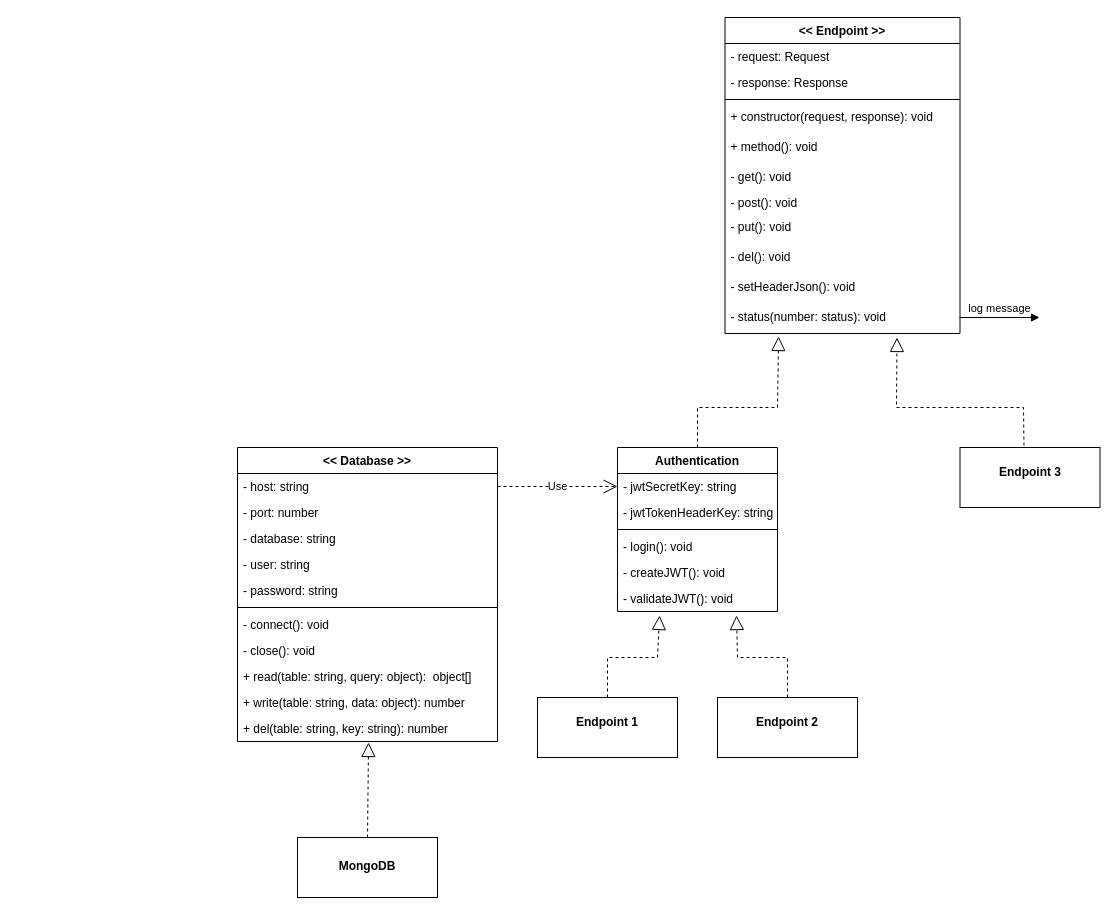
Before: docs/endpoints.drawio in syr0s/tubester-restful-api, a draw.io diagram. Source tidied: cells renumbered, new cells numbered last; positions are measured from the earlier drawing's top-left corner, leaving out a move shared by most shapes. Both pictures are drawn from the tidied source at 100%, with x=0, y=0 at pixel (237, 17).
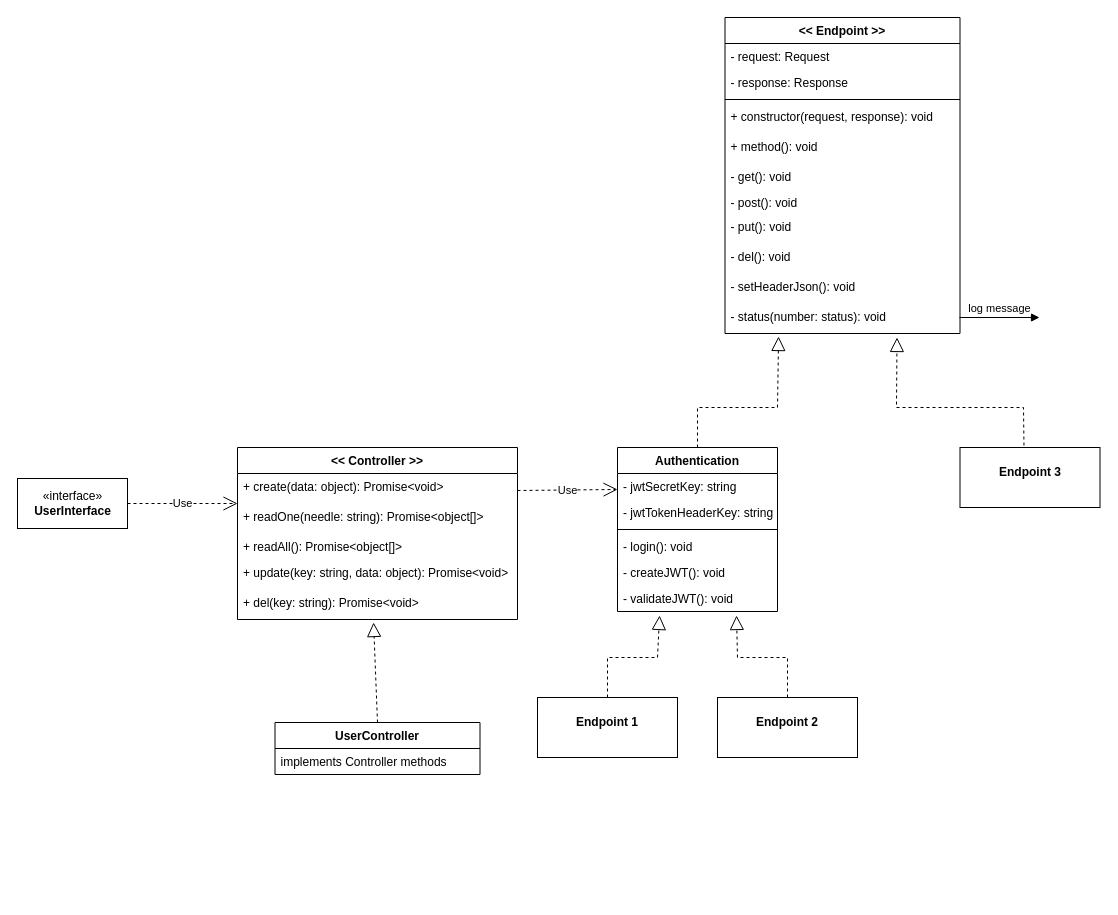
The same page after the edit.

Commit message (it also covers changes not shown here):
feat: :sparkles: mongoose controller

Unchanged cells that the change refers to:
```xml
<mxCell id="20" value="- jwtSecretKey: string" style="text;strokeColor=none;fillColor=none;align=left;verticalAlign=top;spacingLeft=4;spacingRight=4;overflow=hidden;points=[[0,0.5],[1,0.5]];portConstraint=eastwest;" parent="19" vertex="1">
  <mxGeometry y="26" width="160" height="26" as="geometry" />
</mxCell>
```

The edit, as a diff of the source:
```diff
@@
+    <mxCell id="44" value="UserController" style="swimlane;fontStyle=1;align=center;verticalAlign=top;horizontal=1;startSize=26;" parent="1" vertex="1">
+      <mxGeometry x="37.5" y="705" width="205" height="52" as="geometry" />
+    </mxCell>
+    <mxCell id="45" value="implements Controller methods" style="text;strokeColor=none;fillColor=none;align=left;verticalAlign=top;spacingLeft=4;spacingRight=4;overflow=hidden;" parent="44" vertex="1">
+      <mxGeometry y="26" width="205" height="26" as="geometry" />
+    </mxCell>
-    <mxCell id="29" value="&lt;&lt; Database &gt;&gt;" style="swimlane;fontStyle=1;align=center;verticalAlign=top;horizontal=1;startSize=26;" parent="1" vertex="1">
-      <mxGeometry y="430" width="260" height="294" as="geometry" />
+    <mxCell id="29" value="&lt;&lt; Controller &gt;&gt;" style="swimlane;fontStyle=1;align=center;verticalAlign=top;horizontal=1;startSize=26;" parent="1" vertex="1">
+      <mxGeometry y="430" width="280" height="172" as="geometry" />
     </mxCell>
-    <mxCell id="30" value="- host: string" style="text;strokeColor=none;fillColor=none;align=left;verticalAlign=top;spacingLeft=4;spacingRight=4;overflow=hidden;points=[[0,0.5],[1,0.5]];portConstraint=eastwest;" parent="29" vertex="1">
-      <mxGeometry y="26" width="260" height="26" as="geometry" />
-    </mxCell>
-    <mxCell id="31" value="- port: number" style="text;strokeColor=none;fillColor=none;align=left;verticalAlign=top;spacingLeft=4;spacingRight=4;overflow=hidden;" parent="29" vertex="1">
-      <mxGeometry y="52" width="260" height="26" as="geometry" />
-    </mxCell>
-    <mxCell id="32" value="- database: string" style="text;strokeColor=none;fillColor=none;align=left;verticalAlign=top;spacingLeft=4;spacingRight=4;overflow=hidden;" parent="29" vertex="1">
-      <mxGeometry y="78" width="260" height="26" as="geometry" />
-    </mxCell>
-    <mxCell id="33" value="- user: string" style="text;strokeColor=none;fillColor=none;align=left;verticalAlign=top;spacingLeft=4;spacingRight=4;overflow=hidden;" parent="29" vertex="1">
-      <mxGeometry y="104" width="260" height="26" as="geometry" />
-    </mxCell>
-    <mxCell id="34" value="- password: string" style="text;strokeColor=none;fillColor=none;align=left;verticalAlign=top;spacingLeft=4;spacingRight=4;overflow=hidden;" parent="29" vertex="1">
-      <mxGeometry y="130" width="260" height="26" as="geometry" />
-    </mxCell>
-    <mxCell id="35" style="line;strokeWidth=1;fillColor=none;align=left;verticalAlign=middle;spacingTop=-1;spacingLeft=3;spacingRight=3;labelPosition=right;" parent="29" vertex="1">
-      <mxGeometry y="156" width="260" height="8" as="geometry" />
-    </mxCell>
-    <mxCell id="36" value="- connect(): void" style="text;strokeColor=none;fillColor=none;align=left;verticalAlign=top;spacingLeft=4;spacingRight=4;overflow=hidden;" parent="29" vertex="1">
-      <mxGeometry y="164" width="260" height="26" as="geometry" />
-    </mxCell>
-    <mxCell id="37" value="- close(): void" style="text;strokeColor=none;fillColor=none;align=left;verticalAlign=top;spacingLeft=4;spacingRight=4;overflow=hidden;" parent="29" vertex="1">
-      <mxGeometry y="190" width="260" height="26" as="geometry" />
-    </mxCell>
-    <mxCell id="38" value="+ read(table: string, query: object):  object[]" style="text;strokeColor=none;fillColor=none;align=left;verticalAlign=top;spacingLeft=4;spacingRight=4;overflow=hidden;" parent="29" vertex="1">
-      <mxGeometry y="216" width="260" height="26" as="geometry" />
-    </mxCell>
-    <mxCell id="39" value="+ write(table: string, data: object): number" style="text;strokeColor=none;fillColor=none;align=left;verticalAlign=top;spacingLeft=4;spacingRight=4;overflow=hidden;" parent="29" vertex="1">
-      <mxGeometry y="242" width="260" height="26" as="geometry" />
-    </mxCell>
-    <mxCell id="40" value="+ del(table: string, key: string): number" style="text;strokeColor=none;fillColor=none;align=left;verticalAlign=top;spacingLeft=4;spacingRight=4;overflow=hidden;points=[[0,0.5],[1,0.5]];portConstraint=eastwest;" parent="29" vertex="1">
-      <mxGeometry y="268" width="260" height="26" as="geometry" />
-    </mxCell>
-    <mxCell id="41" value="Use" style="endArrow=open;endSize=12;dashed=1;html=1;rounded=0;exitX=1;exitY=0.5;exitDx=0;exitDy=0;entryX=0;entryY=0.5;entryDx=0;entryDy=0;" parent="1" edge="1" source="30" target="20">
-      <mxGeometry relative="1" as="geometry" />
-    </mxCell>
-    <mxCell id="42" value="&lt;p style=&quot;margin: 4px 0px 0px&quot;&gt;&lt;b&gt;&lt;br&gt;&lt;/b&gt;&lt;/p&gt;&lt;p style=&quot;margin: 4px 0px 0px&quot;&gt;&lt;b&gt;MongoDB&lt;/b&gt;&lt;/p&gt;" style="verticalAlign=top;align=center;overflow=fill;fontSize=12;fontFamily=Helvetica;html=1;" parent="1" vertex="1">
-      <mxGeometry x="60" y="820" width="140" height="60" as="geometry" />
-    </mxCell>
-    <mxCell id="43" style="endArrow=block;dashed=1;endFill=0;endSize=12;html=1;rounded=0;exitX=0.5;exitY=0;exitDx=0;exitDy=0;entryX=0.504;entryY=1.038;entryDx=0;entryDy=0;entryPerimeter=0;" parent="1" edge="1" source="42" target="40">
-      <mxGeometry relative="1" as="geometry" />
-    </mxCell>
+    <mxCell id="46" value="+ create(data: object): Promise&lt;void&gt;" style="text;strokeColor=none;fillColor=none;align=left;verticalAlign=top;spacingLeft=4;spacingRight=4;overflow=hidden;" parent="29" vertex="1">
+      <mxGeometry y="26" width="280" height="30" as="geometry" />
+    </mxCell>
+    <mxCell id="47" value="+ readOne(needle: string): Promise&lt;object[]&gt;" style="text;strokeColor=none;fillColor=none;align=left;verticalAlign=top;spacingLeft=4;spacingRight=4;overflow=hidden;" parent="29" vertex="1">
+      <mxGeometry y="56" width="280" height="30" as="geometry" />
+    </mxCell>
+    <mxCell id="48" value="+ readAll(): Promise&lt;object[]&gt;" style="text;strokeColor=none;fillColor=none;align=left;verticalAlign=top;spacingLeft=4;spacingRight=4;overflow=hidden;" parent="29" vertex="1">
+      <mxGeometry y="86" width="280" height="26" as="geometry" />
+    </mxCell>
+    <mxCell id="49" value="+ update(key: string, data: object): Promise&lt;void&gt;" style="text;strokeColor=none;fillColor=none;align=left;verticalAlign=top;spacingLeft=4;spacingRight=4;overflow=hidden;" parent="29" vertex="1">
+      <mxGeometry y="112" width="280" height="30" as="geometry" />
+    </mxCell>
+    <mxCell id="50" value="+ del(key: string): Promise&lt;void&gt;" style="text;strokeColor=none;fillColor=none;align=left;verticalAlign=top;spacingLeft=4;spacingRight=4;overflow=hidden;points=[[0,0.5],[1,0.5]];portConstraint=eastwest;" parent="29" vertex="1">
+      <mxGeometry y="142" width="280" height="30" as="geometry" />
+    </mxCell>
+    <mxCell id="51" style="endArrow=block;dashed=1;endFill=0;endSize=12;html=1;rounded=0;exitX=0.5;exitY=0;exitDx=0;exitDy=0;entryX=0.486;entryY=1.1;entryDx=0;entryDy=0;entryPerimeter=0;" parent="1" edge="1" source="44" target="50">
+      <mxGeometry relative="1" as="geometry" />
+    </mxCell>
+    <mxCell id="52" value="«interface»&lt;br&gt;&lt;b&gt;UserInterface&lt;/b&gt;" style="html=1;" parent="1" vertex="1">
+      <mxGeometry x="-220" y="461" width="110" height="50" as="geometry" />
+    </mxCell>
+    <mxCell id="53" value="Use" style="endArrow=open;endSize=12;dashed=1;html=1;rounded=0;exitX=1;exitY=0.5;exitDx=0;exitDy=0;" parent="1" edge="1" source="52">
+      <mxGeometry relative="1" as="geometry">
+        <mxPoint y="486" as="targetPoint" />
+      </mxGeometry>
+    </mxCell>
+    <mxCell id="54" value="Use" style="endArrow=open;endSize=12;dashed=1;html=1;rounded=0;exitX=1;exitY=0.25;exitDx=0;exitDy=0;" parent="1" edge="1" source="29">
+      <mxGeometry relative="1" as="geometry">
+        <mxPoint x="380" y="472" as="targetPoint" />
+      </mxGeometry>
+    </mxCell>
```
